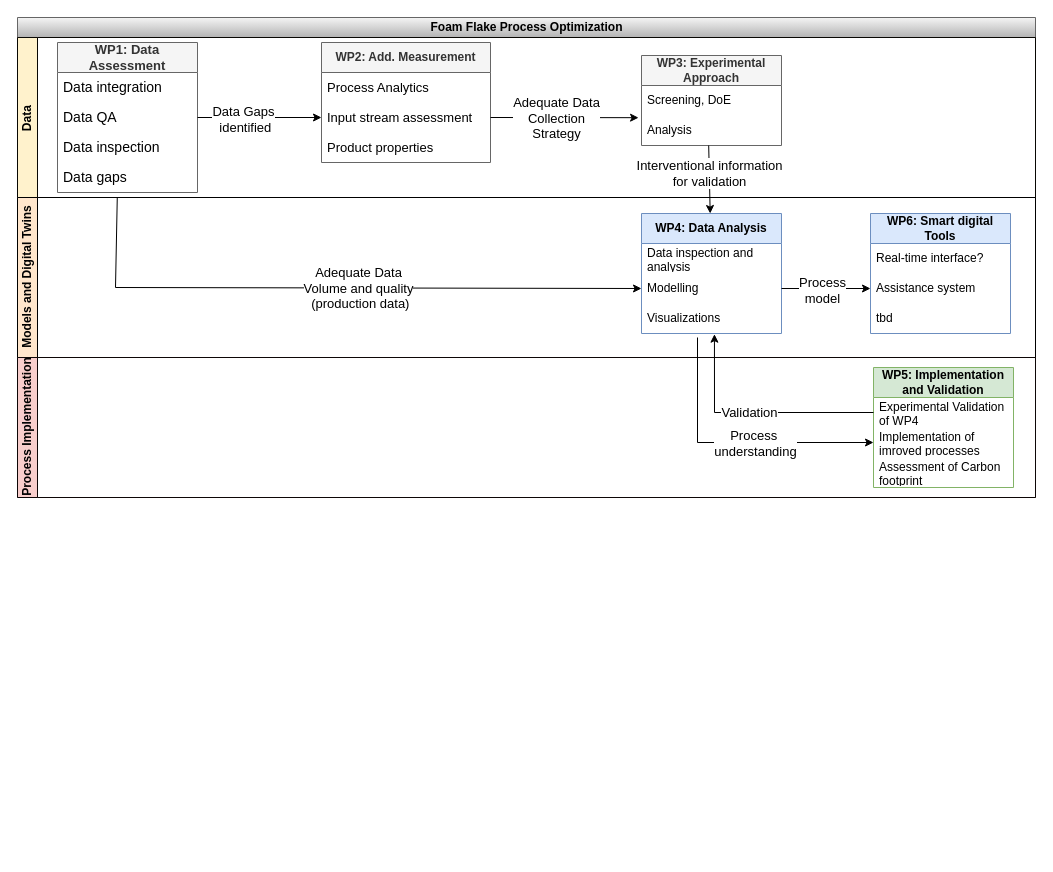
The draw.io diagram Nivea.drawio in kay-squared/PyTorchLearn, before the edit. Source tidied: cells renumbered, new cells numbered last; positions are measured from the earlier drawing's top-left corner, leaving out a move shared by most shapes. Both pictures are drawn from the tidied source at 100%, with x=0, y=0 at pixel (17, 17).
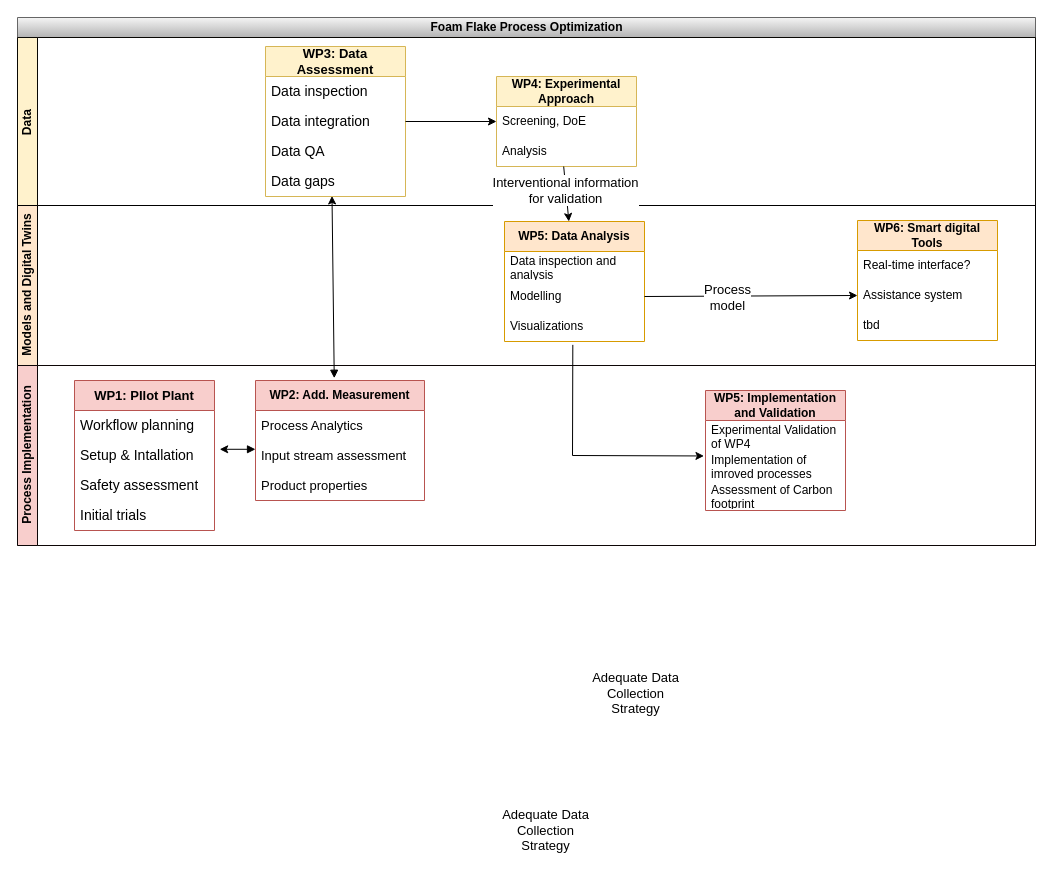
The same diagram, later.

Unchanged cells that the change refers to:
```xml
<mxCell id="14" value="Screening, DoE" style="text;strokeColor=none;fillColor=none;align=left;verticalAlign=middle;spacingLeft=4;spacingRight=4;overflow=hidden;points=[[0,0.5],[1,0.5]];portConstraint=eastwest;whiteSpace=wrap;html=1;" parent="13" vertex="1">
  <mxGeometry y="30" width="140" height="30" as="geometry" />
</mxCell>
<mxCell id="15" value="Analysis" style="text;strokeColor=none;fillColor=none;align=left;verticalAlign=middle;spacingLeft=4;spacingRight=4;overflow=hidden;points=[[0,0.5],[1,0.5]];portConstraint=eastwest;whiteSpace=wrap;html=1;" parent="13" vertex="1">
  <mxGeometry y="60" width="140" height="30" as="geometry" />
</mxCell>
<mxCell id="27" value="Modelling" style="text;strokeColor=none;fillColor=none;align=left;verticalAlign=middle;spacingLeft=4;spacingRight=4;overflow=hidden;points=[[0,0.5],[1,0.5]];portConstraint=eastwest;whiteSpace=wrap;html=1;" parent="25" vertex="1">
  <mxGeometry y="60" width="140" height="30" as="geometry" />
</mxCell>
<mxCell id="28" value="Visualizations" style="text;strokeColor=none;fillColor=none;align=left;verticalAlign=middle;spacingLeft=4;spacingRight=4;overflow=hidden;points=[[0,0.5],[1,0.5]];portConstraint=eastwest;whiteSpace=wrap;html=1;" parent="25" vertex="1">
  <mxGeometry y="90" width="140" height="30" as="geometry" />
</mxCell>
<mxCell id="33" value="Experimental Validation of WP4" style="text;strokeColor=none;fillColor=none;align=left;verticalAlign=middle;spacingLeft=4;spacingRight=4;overflow=hidden;points=[[0,0.5],[1,0.5]];portConstraint=eastwest;whiteSpace=wrap;html=1;" parent="32" vertex="1">
  <mxGeometry y="30" width="140" height="30" as="geometry" />
</mxCell>
<mxCell id="34" value="Implementation of imroved processes" style="text;strokeColor=none;fillColor=none;align=left;verticalAlign=middle;spacingLeft=4;spacingRight=4;overflow=hidden;points=[[0,0.5],[1,0.5]];portConstraint=eastwest;whiteSpace=wrap;html=1;" parent="32" vertex="1">
  <mxGeometry y="60" width="140" height="30" as="geometry" />
</mxCell>
```

Diff of the diagram source:
```diff
@@
     <mxCell id="2" value="Foam Flake Process Optimization" style="swimlane;horizontal=1;startSize=20;html=1;fillColor=#f5f5f5;strokeColor=#666666;gradientColor=#b3b3b3;" parent="1" vertex="1">
-      <mxGeometry width="1018" height="480" as="geometry" />
+      <mxGeometry width="1018" height="528" as="geometry" />
     </mxCell>
     <mxCell id="3" value="Data&amp;nbsp;" style="swimlane;startSize=20;horizontal=0;html=1;fillColor=#fff2cc;strokeColor=#080703;" parent="2" vertex="1">
-      <mxGeometry y="20" width="1018" height="160" as="geometry" />
+      <mxGeometry y="20" width="1018" height="168" as="geometry" />
     </mxCell>
-    <mxCell id="4" value="&lt;b style=&quot;font-size: 13px;&quot;&gt;WP1: Data Assessment&lt;/b&gt;" style="swimlane;fontStyle=0;horizontal=1;startSize=30;whiteSpace=wrap;html=1;fillColor=#f5f5f5;fontColor=#333333;strokeColor=#666666;fontSize=13;" parent="3" vertex="1">
-      <mxGeometry x="40" y="5" width="140" height="150" as="geometry" />
-    </mxCell>
-    <mxCell id="5" value="Data integration" style="text;strokeColor=none;fillColor=none;align=left;verticalAlign=middle;spacingLeft=4;spacingRight=4;overflow=hidden;points=[[0,0.5],[1,0.5]];portConstraint=eastwest;whiteSpace=wrap;html=1;fontSize=14;" parent="4" vertex="1">
-      <mxGeometry y="30" width="140" height="30" as="geometry" />
-    </mxCell>
-    <mxCell id="6" value="Data QA" style="text;strokeColor=none;fillColor=none;align=left;verticalAlign=middle;spacingLeft=4;spacingRight=4;overflow=hidden;points=[[0,0.5],[1,0.5]];portConstraint=eastwest;whiteSpace=wrap;html=1;fontSize=14;" parent="4" vertex="1">
-      <mxGeometry y="60" width="140" height="30" as="geometry" />
-    </mxCell>
-    <mxCell id="7" value="Data inspection" style="text;strokeColor=none;fillColor=none;align=left;verticalAlign=middle;spacingLeft=4;spacingRight=4;overflow=hidden;whiteSpace=wrap;html=1;fontSize=14;" parent="4" vertex="1">
-      <mxGeometry y="90" width="140" height="30" as="geometry" />
-    </mxCell>
-    <mxCell id="8" value="Data gaps" style="text;strokeColor=none;fillColor=none;align=left;verticalAlign=middle;spacingLeft=4;spacingRight=4;overflow=hidden;points=[[0,0.5],[1,0.5]];portConstraint=eastwest;whiteSpace=wrap;html=1;fontSize=14;" parent="4" vertex="1">
-      <mxGeometry y="120" width="140" height="30" as="geometry" />
-    </mxCell>
-    <mxCell id="9" value="&lt;b&gt;WP2: Add. Measurement&lt;/b&gt;" style="swimlane;fontStyle=0;horizontal=1;startSize=30;whiteSpace=wrap;html=1;fillColor=#f5f5f5;fontColor=#333333;strokeColor=#666666;" parent="3" vertex="1">
-      <mxGeometry x="304" y="5" width="169" height="120" as="geometry" />
-    </mxCell>
-    <mxCell id="10" value="Process Analytics" style="text;strokeColor=none;fillColor=none;align=left;verticalAlign=middle;spacingLeft=4;spacingRight=4;overflow=hidden;whiteSpace=wrap;html=1;fontSize=13;" parent="9" vertex="1">
-      <mxGeometry y="30" width="169" height="30" as="geometry" />
-    </mxCell>
-    <mxCell id="11" value="Input stream assessment" style="text;strokeColor=none;fillColor=none;align=left;verticalAlign=middle;spacingLeft=4;spacingRight=4;overflow=hidden;points=[[0,0.5],[1,0.5]];portConstraint=eastwest;whiteSpace=wrap;html=1;fontSize=13;" parent="9" vertex="1">
-      <mxGeometry y="60" width="169" height="30" as="geometry" />
-    </mxCell>
-    <mxCell id="12" value="Product properties" style="text;strokeColor=none;fillColor=none;align=left;verticalAlign=middle;spacingLeft=4;spacingRight=4;overflow=hidden;whiteSpace=wrap;html=1;fontSize=13;" parent="9" vertex="1">
-      <mxGeometry y="90" width="169" height="30" as="geometry" />
-    </mxCell>
-    <mxCell id="13" value="&lt;b&gt;WP3: Experimental Approach&lt;/b&gt;" style="swimlane;fontStyle=0;horizontal=1;startSize=30;whiteSpace=wrap;html=1;fillColor=#f5f5f5;fontColor=#333333;strokeColor=#666666;" parent="3" vertex="1">
-      <mxGeometry x="624" y="18" width="140" height="90" as="geometry" />
+    <mxCell id="13" value="&lt;b&gt;WP4: Experimental Approach&lt;/b&gt;" style="swimlane;fontStyle=0;horizontal=1;startSize=30;whiteSpace=wrap;html=1;fillColor=#fff2cc;strokeColor=#d6b656;" parent="3" vertex="1">
+      <mxGeometry x="479" y="39" width="140" height="90" as="geometry" />
     </mxCell>
@@
-    <mxCell id="16" style="edgeStyle=orthogonalEdgeStyle;rounded=0;jettySize=auto;html=1;entryX=0;entryY=0.5;entryDx=0;entryDy=0;" parent="3" edge="1" source="6" target="11">
-      <mxGeometry relative="1" as="geometry" />
-    </mxCell>
-    <mxCell id="17" value="Data Gaps&lt;br style=&quot;font-size: 13px;&quot;&gt;&amp;nbsp;identified" style="edgeLabel;html=1;align=center;verticalAlign=middle;fontSize=13;" parent="16" vertex="1">
-      <mxGeometry x="-0.27" y="-1" relative="1" as="geometry" />
-    </mxCell>
-    <mxCell id="18" style="endArrow=classic;html=1;rounded=0;entryX=-0.021;entryY=0.073;entryDx=0;entryDy=0;entryPerimeter=0;exitX=1;exitY=0.5;exitDx=0;exitDy=0;" parent="3" edge="1" source="11" target="15">
-      <mxGeometry relative="1" as="geometry" />
-    </mxCell>
-    <mxCell id="19" value="Adequate Data&lt;br style=&quot;font-size: 13px;&quot;&gt;Collection&lt;br style=&quot;font-size: 13px;&quot;&gt;Strategy" style="edgeLabel;html=1;align=center;verticalAlign=middle;fontSize=13;" parent="18" vertex="1">
-      <mxGeometry x="-0.28" relative="1" as="geometry">
-        <mxPoint x="13" as="offset" />
-      </mxGeometry>
-    </mxCell>
+    <mxCell id="4" value="&lt;b style=&quot;font-size: 13px;&quot;&gt;WP3: Data Assessment&lt;/b&gt;" style="swimlane;fontStyle=0;horizontal=1;startSize=30;whiteSpace=wrap;html=1;fillColor=#fff2cc;strokeColor=#d6b656;fontSize=13;" parent="3" vertex="1">
+      <mxGeometry x="248" y="9" width="140" height="150" as="geometry" />
+    </mxCell>
+    <mxCell id="7" value="Data inspection" style="text;strokeColor=none;fillColor=none;align=left;verticalAlign=middle;spacingLeft=4;spacingRight=4;overflow=hidden;whiteSpace=wrap;html=1;fontSize=14;" parent="4" vertex="1">
+      <mxGeometry y="30" width="140" height="30" as="geometry" />
+    </mxCell>
+    <mxCell id="5" value="Data integration" style="text;strokeColor=none;fillColor=none;align=left;verticalAlign=middle;spacingLeft=4;spacingRight=4;overflow=hidden;points=[[0,0.5],[1,0.5]];portConstraint=eastwest;whiteSpace=wrap;html=1;fontSize=14;" parent="4" vertex="1">
+      <mxGeometry y="60" width="140" height="30" as="geometry" />
+    </mxCell>
+    <mxCell id="6" value="Data QA" style="text;strokeColor=none;fillColor=none;align=left;verticalAlign=middle;spacingLeft=4;spacingRight=4;overflow=hidden;points=[[0,0.5],[1,0.5]];portConstraint=eastwest;whiteSpace=wrap;html=1;fontSize=14;" parent="4" vertex="1">
+      <mxGeometry y="90" width="140" height="30" as="geometry" />
+    </mxCell>
+    <mxCell id="8" value="Data gaps" style="text;strokeColor=none;fillColor=none;align=left;verticalAlign=middle;spacingLeft=4;spacingRight=4;overflow=hidden;points=[[0,0.5],[1,0.5]];portConstraint=eastwest;whiteSpace=wrap;html=1;fontSize=14;" parent="4" vertex="1">
+      <mxGeometry y="120" width="140" height="30" as="geometry" />
+    </mxCell>
+    <mxCell id="44" style="edgeStyle=orthogonalEdgeStyle;rounded=0;jettySize=auto;html=1;entryX=0;entryY=0.5;entryDx=0;entryDy=0;" parent="3" edge="1" source="5" target="14">
+      <mxGeometry relative="1" as="geometry" />
+    </mxCell>
     <mxCell id="20" value="Models and Digital Twins" style="swimlane;startSize=20;horizontal=0;html=1;fillColor=#ffe6cc;strokeColor=#000000;" parent="2" vertex="1">
-      <mxGeometry y="180" width="1018" height="160" as="geometry" />
+      <mxGeometry y="188" width="1018" height="160" as="geometry" />
     </mxCell>
-    <mxCell id="21" value="&lt;b&gt;WP6: Smart digital Tools&lt;/b&gt;" style="swimlane;fontStyle=0;horizontal=1;startSize=30;whiteSpace=wrap;html=1;fillColor=#dae8fc;strokeColor=#6c8ebf;" parent="20" vertex="1">
-      <mxGeometry x="853" y="16" width="140" height="120" as="geometry" />
+    <mxCell id="21" value="&lt;b&gt;WP6: Smart digital Tools&lt;/b&gt;" style="swimlane;fontStyle=0;horizontal=1;startSize=30;whiteSpace=wrap;html=1;fillColor=#ffe6cc;strokeColor=#d79b00;" parent="20" vertex="1">
+      <mxGeometry x="840" y="15" width="140" height="120" as="geometry" />
     </mxCell>
@@
-    <mxCell id="25" value="&lt;b&gt;WP4: Data Analysis&lt;/b&gt;" style="swimlane;fontStyle=0;horizontal=1;startSize=30;whiteSpace=wrap;html=1;fillColor=#dae8fc;strokeColor=#6c8ebf;" parent="20" vertex="1">
-      <mxGeometry x="624" y="16" width="140" height="120" as="geometry" />
+    <mxCell id="25" value="&lt;b&gt;WP5: Data Analysis&lt;/b&gt;" style="swimlane;fontStyle=0;horizontal=1;startSize=30;whiteSpace=wrap;html=1;fillColor=#ffe6cc;strokeColor=#d79b00;" parent="20" vertex="1">
+      <mxGeometry x="487" y="16" width="140" height="120" as="geometry" />
     </mxCell>
@@
     <mxCell id="31" value="Process Implementation" style="swimlane;startSize=20;horizontal=0;html=1;fillColor=#f8cecc;strokeColor=#0D0606;" parent="2" vertex="1">
-      <mxGeometry y="340" width="1018" height="140" as="geometry" />
+      <mxGeometry y="348" width="1018" height="180" as="geometry" />
     </mxCell>
-    <mxCell id="32" value="&lt;b&gt;WP5: Implementation and Validation&lt;/b&gt;" style="swimlane;fontStyle=0;horizontal=1;startSize=30;whiteSpace=wrap;html=1;fillColor=#d5e8d4;strokeColor=#82b366;" parent="31" vertex="1">
-      <mxGeometry x="856" y="10" width="140" height="120" as="geometry" />
+    <mxCell id="32" value="&lt;b&gt;WP5: Implementation and Validation&lt;/b&gt;" style="swimlane;fontStyle=0;horizontal=1;startSize=30;whiteSpace=wrap;html=1;fillColor=#f8cecc;strokeColor=#b85450;" parent="31" vertex="1">
+      <mxGeometry x="688" y="25" width="140" height="120" as="geometry" />
     </mxCell>
@@
-    <mxCell id="36" style="endArrow=classic;html=1;rounded=0;exitX=0.427;exitY=1.167;exitDx=0;exitDy=0;exitPerimeter=0;entryX=0;entryY=0.5;entryDx=0;entryDy=0;" parent="2" edge="1" source="8" target="27">
-      <mxGeometry relative="1" as="geometry">
-        <Array as="points">
-          <mxPoint x="98" y="270" />
-        </Array>
-      </mxGeometry>
-    </mxCell>
-    <mxCell id="37" value="Adequate Data&lt;br style=&quot;font-size: 13px;&quot;&gt;Volume and quality&lt;br style=&quot;font-size: 13px;&quot;&gt;&amp;nbsp;(production data)" style="edgeLabel;html=1;align=center;verticalAlign=middle;fontSize=13;" parent="36" vertex="1">
-      <mxGeometry x="-0.28" relative="1" as="geometry">
-        <mxPoint x="111" as="offset" />
-      </mxGeometry>
-    </mxCell>
+    <mxCell id="45" value="&lt;b style=&quot;font-size: 13px;&quot;&gt;WP1: PIlot Plant&lt;/b&gt;" style="swimlane;fontStyle=0;horizontal=1;startSize=30;whiteSpace=wrap;html=1;fillColor=#f8cecc;strokeColor=#b85450;fontSize=13;" parent="31" vertex="1">
+      <mxGeometry x="57" y="15" width="140" height="150" as="geometry" />
+    </mxCell>
+    <mxCell id="46" value="Workflow planning" style="text;strokeColor=none;fillColor=none;align=left;verticalAlign=middle;spacingLeft=4;spacingRight=4;overflow=hidden;whiteSpace=wrap;html=1;fontSize=14;" parent="45" vertex="1">
+      <mxGeometry y="30" width="140" height="30" as="geometry" />
+    </mxCell>
+    <mxCell id="47" value="Setup &amp;amp; Intallation" style="text;strokeColor=none;fillColor=none;align=left;verticalAlign=middle;spacingLeft=4;spacingRight=4;overflow=hidden;points=[[0,0.5],[1,0.5]];portConstraint=eastwest;whiteSpace=wrap;html=1;fontSize=14;" parent="45" vertex="1">
+      <mxGeometry y="60" width="140" height="30" as="geometry" />
+    </mxCell>
+    <mxCell id="48" value="Safety assessment" style="text;strokeColor=none;fillColor=none;align=left;verticalAlign=middle;spacingLeft=4;spacingRight=4;overflow=hidden;whiteSpace=wrap;html=1;fontSize=14;" parent="45" vertex="1">
+      <mxGeometry y="90" width="140" height="30" as="geometry" />
+    </mxCell>
+    <mxCell id="49" value="Initial trials" style="text;strokeColor=none;fillColor=none;align=left;verticalAlign=middle;spacingLeft=4;spacingRight=4;overflow=hidden;whiteSpace=wrap;html=1;fontSize=14;" parent="45" vertex="1">
+      <mxGeometry y="120" width="140" height="30" as="geometry" />
+    </mxCell>
+    <mxCell id="9" value="&lt;b&gt;WP2: Add. Measurement&lt;/b&gt;" style="swimlane;fontStyle=0;horizontal=1;startSize=30;whiteSpace=wrap;html=1;fillColor=#f8cecc;strokeColor=#b85450;" parent="31" vertex="1">
+      <mxGeometry x="238" y="15" width="169" height="120" as="geometry" />
+    </mxCell>
+    <mxCell id="10" value="Process Analytics" style="text;strokeColor=none;fillColor=none;align=left;verticalAlign=middle;spacingLeft=4;spacingRight=4;overflow=hidden;whiteSpace=wrap;html=1;fontSize=13;" parent="9" vertex="1">
+      <mxGeometry y="30" width="169" height="30" as="geometry" />
+    </mxCell>
+    <mxCell id="11" value="Input stream assessment" style="text;strokeColor=none;fillColor=none;align=left;verticalAlign=middle;spacingLeft=4;spacingRight=4;overflow=hidden;points=[[0,0.5],[1,0.5]];portConstraint=eastwest;whiteSpace=wrap;html=1;fontSize=13;" parent="9" vertex="1">
+      <mxGeometry y="60" width="169" height="30" as="geometry" />
+    </mxCell>
+    <mxCell id="12" value="Product properties" style="text;strokeColor=none;fillColor=none;align=left;verticalAlign=middle;spacingLeft=4;spacingRight=4;overflow=hidden;whiteSpace=wrap;html=1;fontSize=13;" parent="9" vertex="1">
+      <mxGeometry y="90" width="169" height="30" as="geometry" />
+    </mxCell>
+    <mxCell id="50" style="endArrow=classic;html=1;rounded=0;entryX=1.037;entryY=0.293;entryDx=0;entryDy=0;exitX=0;exitY=0.293;exitDx=0;exitDy=0;exitPerimeter=0;entryPerimeter=0;startArrow=block;startFill=1;" parent="31" edge="1" source="11" target="47">
+      <mxGeometry relative="1" as="geometry" />
+    </mxCell>
+    <mxCell id="51" value="Adequate Data&lt;br style=&quot;font-size: 13px;&quot;&gt;Collection&lt;br style=&quot;font-size: 13px;&quot;&gt;Strategy" style="edgeLabel;html=1;align=center;verticalAlign=middle;fontSize=13;" parent="50" vertex="1">
+      <mxGeometry x="-0.28" relative="1" as="geometry">
+        <mxPoint x="302" y="381" as="offset" />
+      </mxGeometry>
+    </mxCell>
@@
-    <mxCell id="40" style="endArrow=classic;html=1;rounded=0;exitX=0;exitY=0.5;exitDx=0;exitDy=0;entryX=0.521;entryY=1.023;entryDx=0;entryDy=0;entryPerimeter=0;" parent="2" edge="1" source="33" target="28">
-      <mxGeometry relative="1" as="geometry">
-        <Array as="points">
-          <mxPoint x="697" y="395" />
-        </Array>
-      </mxGeometry>
-    </mxCell>
-    <mxCell id="41" value="Validation" style="edgeLabel;html=1;align=center;verticalAlign=middle;fontSize=13;" parent="40" vertex="1">
-      <mxGeometry x="0.16" y="-1" relative="1" as="geometry">
-        <mxPoint x="13" as="offset" />
-      </mxGeometry>
-    </mxCell>
-    <mxCell id="42" style="endArrow=classic;html=1;rounded=0;entryX=0;entryY=0.5;entryDx=0;entryDy=0;" parent="2" edge="1" target="34">
-      <mxGeometry relative="1" as="geometry">
-        <mxPoint x="680" y="320" as="sourcePoint" />
-        <Array as="points">
-          <mxPoint x="680" y="425" />
-        </Array>
-      </mxGeometry>
-    </mxCell>
-    <mxCell id="43" value="Process&amp;nbsp;&lt;br style=&quot;font-size: 13px;&quot;&gt;understanding" style="edgeLabel;html=1;align=center;verticalAlign=middle;fontSize=13;" parent="42" vertex="1">
-      <mxGeometry x="0.15" relative="1" as="geometry" />
-    </mxCell>
+    <mxCell id="52" style="endArrow=classic;html=1;rounded=0;exitX=0.466;exitY=-0.019;exitDx=0;exitDy=0;exitPerimeter=0;startArrow=block;startFill=1;entryX=0.475;entryY=0.982;entryDx=0;entryDy=0;entryPerimeter=0;" parent="2" edge="1" source="9" target="8">
+      <mxGeometry relative="1" as="geometry" />
+    </mxCell>
+    <mxCell id="53" value="Adequate Data&lt;br style=&quot;font-size: 13px;&quot;&gt;Collection&lt;br style=&quot;font-size: 13px;&quot;&gt;Strategy" style="edgeLabel;html=1;align=center;verticalAlign=middle;fontSize=13;" parent="52" vertex="1">
+      <mxGeometry x="-0.28" relative="1" as="geometry">
+        <mxPoint x="302" y="381" as="offset" />
+      </mxGeometry>
+    </mxCell>
+    <mxCell id="54" style="endArrow=classic;html=1;rounded=0;exitX=0.488;exitY=1.112;exitDx=0;exitDy=0;exitPerimeter=0;entryX=-0.011;entryY=0.182;entryDx=0;entryDy=0;entryPerimeter=0;" parent="2" edge="1" source="28" target="34">
+      <mxGeometry relative="1" as="geometry">
+        <Array as="points">
+          <mxPoint x="555" y="438" />
+        </Array>
+      </mxGeometry>
+    </mxCell>
```
